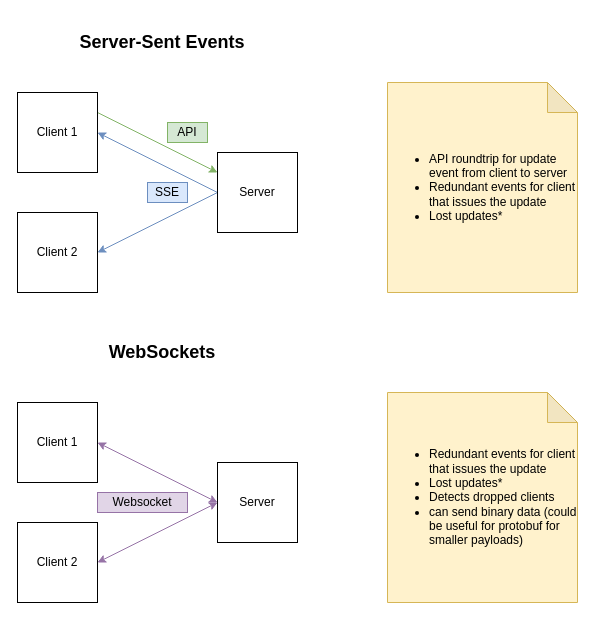
sandstorm/degree50-code keeps this draw.io diagram as page "Communication" (1 of 4) of documentation/rfcs/collaboration_architecture.drawio. Above is the earlier version. Source tidied: cells renumbered, new cells numbered last; positions are measured from the earlier drawing's top-left corner, leaving out a move shared by most shapes. Both pictures are drawn from the tidied source at 100%, with x=0, y=0 at pixel (17, 32).
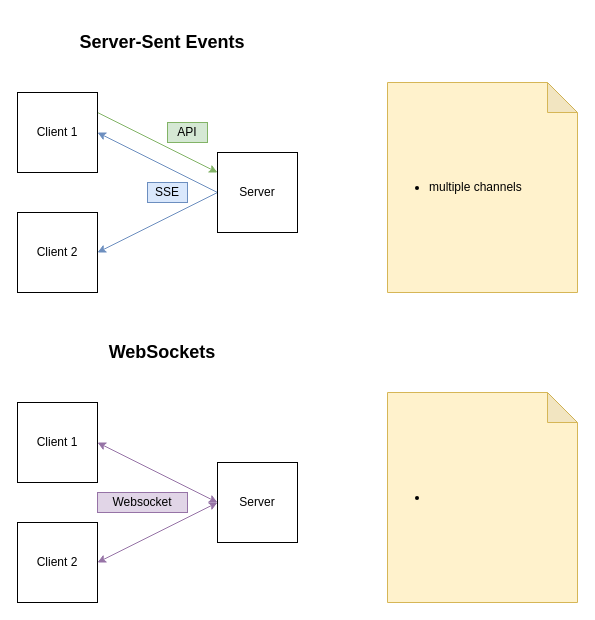
The same diagram, later.

What changed in the source:
```diff
@@
 <mxGraphModel>
   <root>
     <mxCell id="0" />
     <mxCell id="1" parent="0" />
     <mxCell id="2" style="rounded=0;jettySize=auto;html=1;exitX=1;exitY=0.25;exitDx=0;exitDy=0;entryX=0;entryY=0.25;entryDx=0;entryDy=0;fillColor=#d5e8d4;strokeColor=#82b366;" parent="1" edge="1" source="3" target="7">
       <mxGeometry relative="1" as="geometry" />
     </mxCell>
     <mxCell id="3" value="Client 1" style="whiteSpace=wrap;html=1;" parent="1" vertex="1">
       <mxGeometry y="60" width="80" height="80" as="geometry" />
     </mxCell>
     <mxCell id="4" value="Client 2" style="whiteSpace=wrap;html=1;" parent="1" vertex="1">
       <mxGeometry y="180" width="80" height="80" as="geometry" />
     </mxCell>
     <mxCell id="5" style="edgeStyle=none;rounded=0;jettySize=auto;html=1;exitX=0;exitY=0.5;exitDx=0;exitDy=0;entryX=1;entryY=0.5;entryDx=0;entryDy=0;fillColor=#dae8fc;strokeColor=#6c8ebf;" parent="1" edge="1" source="7" target="3">
       <mxGeometry relative="1" as="geometry" />
     </mxCell>
     <mxCell id="6" style="edgeStyle=none;rounded=0;jettySize=auto;html=1;exitX=0;exitY=0.5;exitDx=0;exitDy=0;entryX=1;entryY=0.5;entryDx=0;entryDy=0;fillColor=#dae8fc;strokeColor=#6c8ebf;" parent="1" edge="1" source="7" target="4">
       <mxGeometry relative="1" as="geometry" />
     </mxCell>
     <mxCell id="7" value="Server" style="whiteSpace=wrap;html=1;" parent="1" vertex="1">
       <mxGeometry x="200" y="120" width="80" height="80" as="geometry" />
     </mxCell>
     <mxCell id="8" value="SSE" style="text;html=1;strokeColor=#6c8ebf;fillColor=#dae8fc;align=center;verticalAlign=middle;whiteSpace=wrap;rounded=0;" parent="1" vertex="1">
       <mxGeometry x="130" y="150" width="40" height="20" as="geometry" />
     </mxCell>
     <mxCell id="9" value="API" style="text;html=1;strokeColor=#82b366;fillColor=#d5e8d4;align=center;verticalAlign=middle;whiteSpace=wrap;rounded=0;" parent="1" vertex="1">
       <mxGeometry x="150" y="90" width="40" height="20" as="geometry" />
     </mxCell>
     <mxCell id="10" value="&lt;h2&gt;Server-Sent Events&lt;/h2&gt;" style="text;html=1;strokeColor=none;fillColor=none;align=center;verticalAlign=middle;whiteSpace=wrap;rounded=0;" parent="1" vertex="1">
       <mxGeometry x="30" width="230" height="20" as="geometry" />
     </mxCell>
-    <mxCell id="11" value="&lt;ul&gt;&lt;li&gt;&lt;span&gt;API roundtrip for update event from client to server&lt;/span&gt;&lt;/li&gt;&lt;li&gt;Redundant events for client that issues the update&lt;/li&gt;&lt;li&gt;Lost updates*&lt;/li&gt;&lt;/ul&gt;" style="shape=note;whiteSpace=wrap;html=1;backgroundOutline=1;darkOpacity=0.05;align=left;fillColor=#fff2cc;strokeColor=#d6b656;" parent="1" vertex="1">
+    <mxCell id="11" value="&lt;ul&gt;&lt;li&gt;multiple channels&lt;/li&gt;&lt;/ul&gt;" style="shape=note;whiteSpace=wrap;html=1;backgroundOutline=1;darkOpacity=0.05;align=left;fillColor=#fff2cc;strokeColor=#d6b656;" parent="1" vertex="1">
       <mxGeometry x="370" y="50" width="190" height="210" as="geometry" />
     </mxCell>
     <mxCell id="12" value="&lt;h2&gt;&lt;font color=&quot;#000000&quot;&gt;WebSockets&lt;/font&gt;&lt;/h2&gt;" style="text;html=1;strokeColor=none;fillColor=none;align=center;verticalAlign=middle;whiteSpace=wrap;rounded=0;fontColor=#7EA6E0;" parent="1" vertex="1">
       <mxGeometry x="60" y="310" width="170" height="20" as="geometry" />
     </mxCell>
     <mxCell id="13" value="Client 1" style="whiteSpace=wrap;html=1;" parent="1" vertex="1">
       <mxGeometry y="370" width="80" height="80" as="geometry" />
     </mxCell>
     <mxCell id="14" value="Client 2" style="whiteSpace=wrap;html=1;" parent="1" vertex="1">
       <mxGeometry y="490" width="80" height="80" as="geometry" />
     </mxCell>
     <mxCell id="15" style="edgeStyle=none;rounded=0;jettySize=auto;html=1;exitX=0;exitY=0.5;exitDx=0;exitDy=0;entryX=1;entryY=0.5;entryDx=0;entryDy=0;fillColor=#e1d5e7;strokeColor=#9673a6;startArrow=classic;startFill=1;" parent="1" edge="1" source="17" target="13">
       <mxGeometry relative="1" as="geometry" />
     </mxCell>
     <mxCell id="16" style="edgeStyle=none;rounded=0;jettySize=auto;html=1;exitX=0;exitY=0.5;exitDx=0;exitDy=0;entryX=1;entryY=0.5;entryDx=0;entryDy=0;fillColor=#e1d5e7;strokeColor=#9673a6;startArrow=classic;startFill=1;" parent="1" edge="1" source="17" target="14">
       <mxGeometry relative="1" as="geometry" />
     </mxCell>
     <mxCell id="17" value="Server" style="whiteSpace=wrap;html=1;" parent="1" vertex="1">
       <mxGeometry x="200" y="430" width="80" height="80" as="geometry" />
     </mxCell>
     <mxCell id="18" value="Websocket" style="text;html=1;strokeColor=#9673a6;fillColor=#e1d5e7;align=center;verticalAlign=middle;whiteSpace=wrap;rounded=0;" parent="1" vertex="1">
       <mxGeometry x="80" y="460" width="90" height="20" as="geometry" />
     </mxCell>
-    <mxCell id="19" value="&lt;ul&gt;&lt;li&gt;Redundant events for client that issues the update&lt;/li&gt;&lt;li&gt;Lost updates*&lt;br&gt;&lt;/li&gt;&lt;li&gt;Detects dropped clients&lt;br&gt;&lt;/li&gt;&lt;li&gt;can send binary data (could be useful for protobuf for smaller payloads)&lt;/li&gt;&lt;/ul&gt;" style="shape=note;whiteSpace=wrap;html=1;backgroundOutline=1;darkOpacity=0.05;align=left;fillColor=#fff2cc;strokeColor=#d6b656;" parent="1" vertex="1">
+    <mxCell id="19" value="&lt;ul&gt;&lt;li&gt;&lt;br&gt;&lt;/li&gt;&lt;/ul&gt;" style="shape=note;whiteSpace=wrap;html=1;backgroundOutline=1;darkOpacity=0.05;align=left;fillColor=#fff2cc;strokeColor=#d6b656;" parent="1" vertex="1">
       <mxGeometry x="370" y="360" width="190" height="210" as="geometry" />
     </mxCell>
   </root>
 </mxGraphModel>
```
